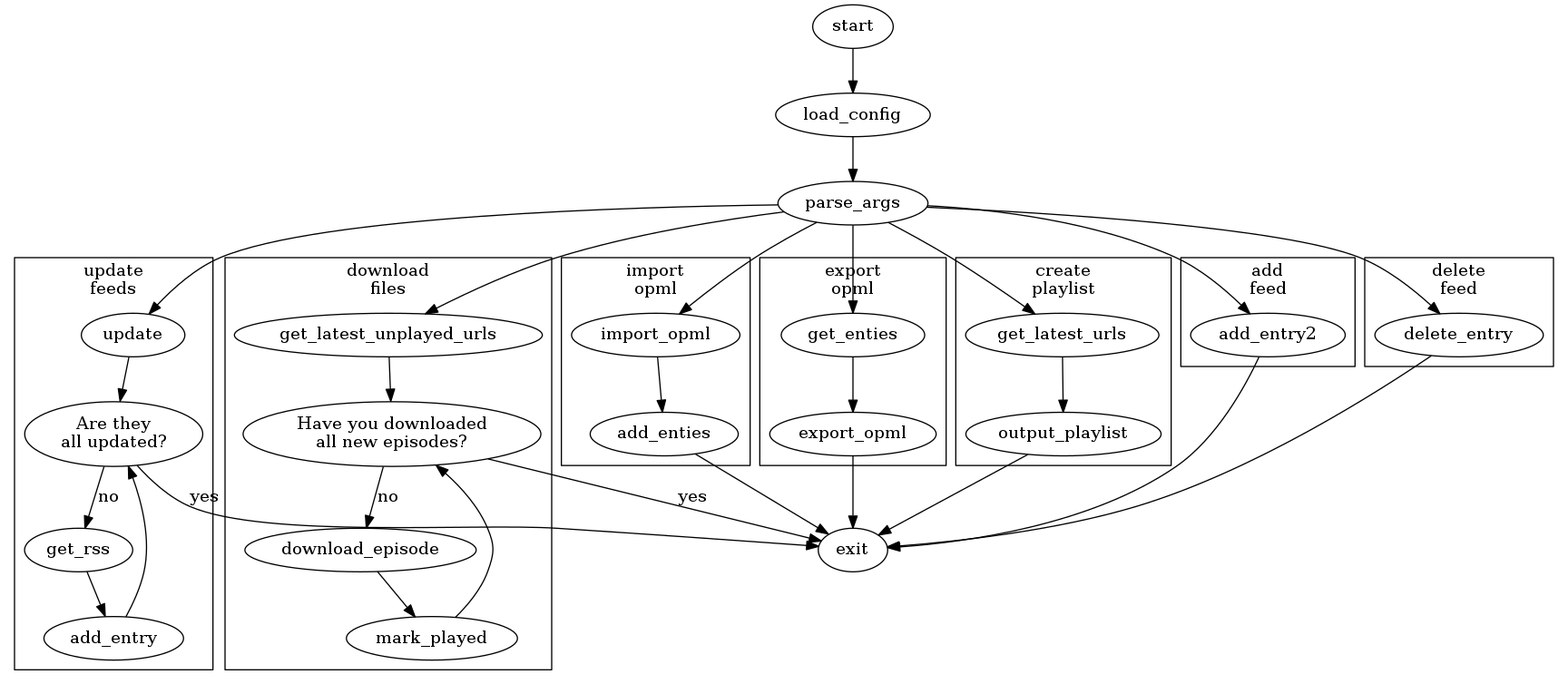
The Graphviz diagram flow.png in andrewc12/laughing-barnacle, before a commit. Its source is kept beside it as flow.dot.
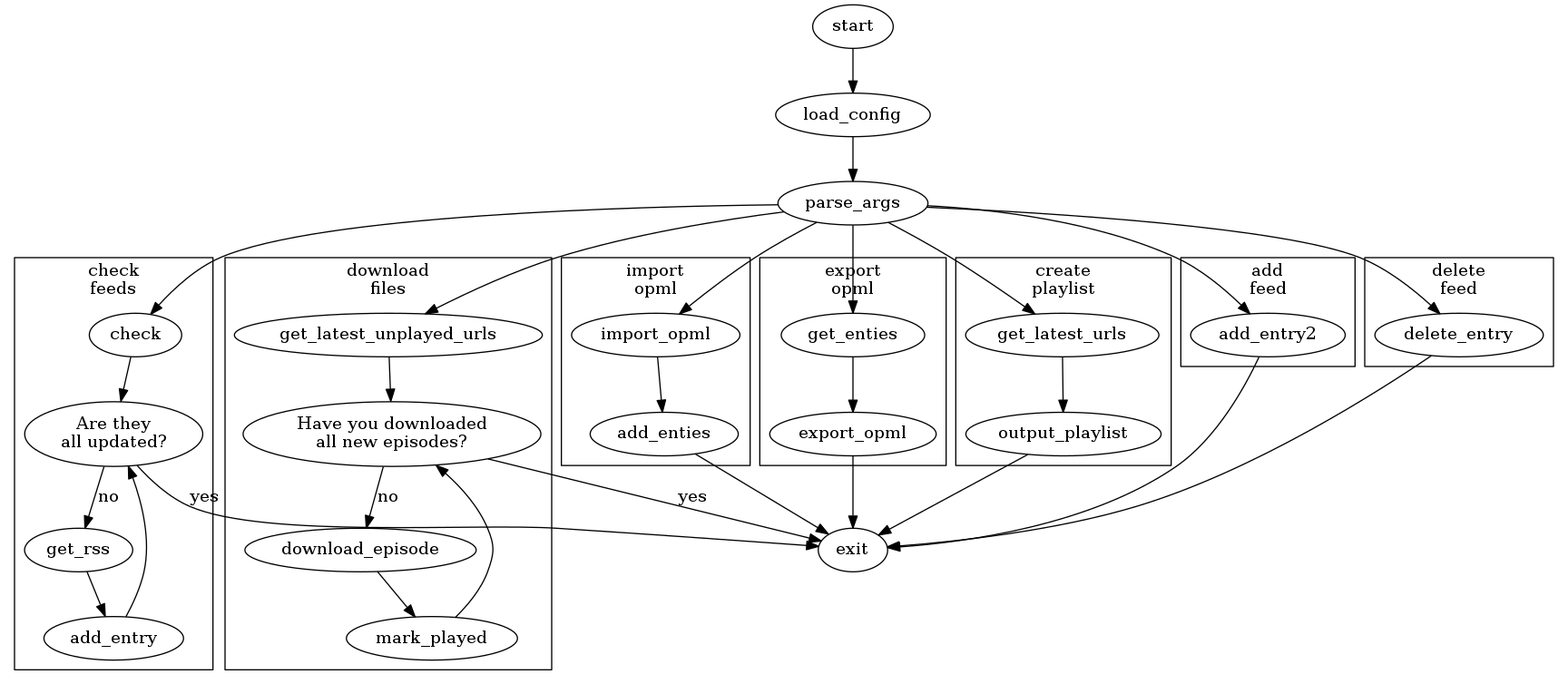
The same file after the commit.

Diff of the diagram source:
```diff
@@ -3,7 +3,7 @@
 load_config -> parse_args;
 
 
-parse_args -> update;
+parse_args -> check;
 parse_args -> get_latest_unplayed_urls;
 parse_args -> get_latest_urls;
 parse_args -> import_opml;
@@ -14,14 +14,14 @@
 
 subgraph cluster_0 {
 
-    update -> allupdated;
+    check -> allupdated;
 
     allupdated -> get_rss[label="no"];
     get_rss -> add_entry;
     add_entry -> allupdated;
 
     allupdated[label="Are they\nall updated?"]
-    label = "update\nfeeds";
+    label = "check\nfeeds";
 }
 
 
```
